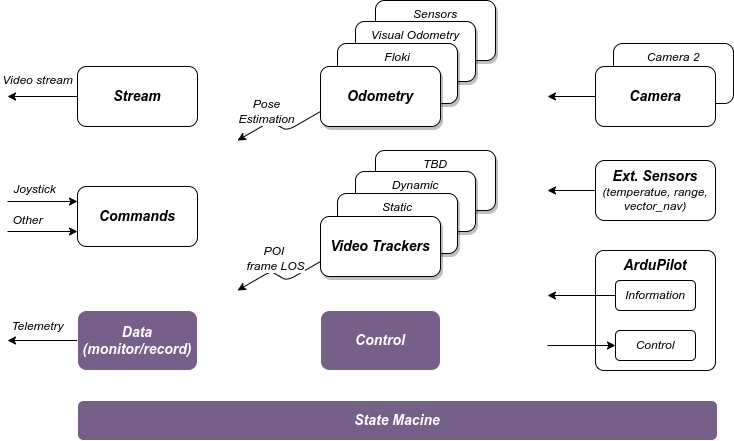
ori-kruk/desgin keeps this draw.io diagram as images/general_design.drawio.png. Above is the earlier version. Source tidied: cells renumbered, new cells last; positions are measured from the earlier drawing's top-left corner, leaving out a move shared by most shapes.
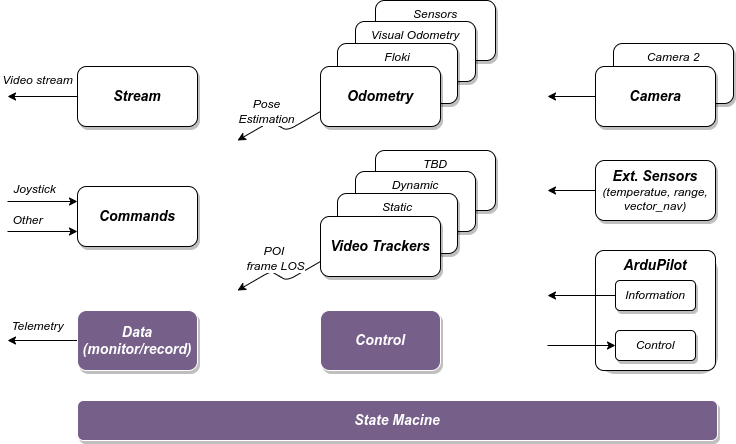
The same diagram one commit later.

Commit message:
update state and control

The edit, as a diff of the source:
```diff
@@ -2,7 +2,7 @@
   <root>
     <mxCell id="0" />
     <mxCell id="1" parent="0" />
-    <mxCell id="2" value="Camera 2" style="rounded=1;whiteSpace=wrap;html=1;fontStyle=2;fontSize=12;verticalAlign=top;" parent="1" vertex="1">
+    <mxCell id="2" value="Camera 2" style="rounded=1;whiteSpace=wrap;html=1;fontStyle=2;fontSize=12;verticalAlign=top;shadow=1;" parent="1" vertex="1">
       <mxGeometry x="606" y="43" width="120" height="60" as="geometry" />
     </mxCell>
     <mxCell id="3" style="edgeStyle=none;html=1;fontSize=14;fontStyle=2;" parent="1" edge="1" source="4">
@@ -10,25 +10,25 @@
         <mxPoint x="540" y="190" as="targetPoint" />
       </mxGeometry>
     </mxCell>
-    <mxCell id="4" value="&lt;b style=&quot;font-size: 14px;&quot;&gt;Ext. Sensors&lt;br&gt;&lt;/b&gt;(temperatue, range, vector_nav)" style="rounded=1;whiteSpace=wrap;html=1;fontStyle=2;" parent="1" vertex="1">
+    <mxCell id="4" value="&lt;b style=&quot;font-size: 14px;&quot;&gt;Ext. Sensors&lt;br&gt;&lt;/b&gt;(temperatue, range, vector_nav)" style="rounded=1;whiteSpace=wrap;html=1;fontStyle=2;shadow=1;" parent="1" vertex="1">
       <mxGeometry x="588" y="160" width="120" height="60" as="geometry" />
     </mxCell>
-    <mxCell id="5" style="group;fontStyle=2;" parent="1" vertex="1">
+    <mxCell id="5" style="group;fontStyle=2;shadow=1;verticalAlign=middle;fillColor=default;strokeColor=default;rounded=1;" parent="1" vertex="1">
       <mxGeometry x="588" y="250" width="120" height="120" as="geometry" />
     </mxCell>
     <mxCell id="6" value="&lt;b&gt;&lt;font style=&quot;font-size: 14px;&quot;&gt;ArduPilot&lt;/font&gt;&lt;/b&gt;" style="rounded=1;whiteSpace=wrap;html=1;arcSize=7;verticalAlign=top;align=center;fontStyle=2;" parent="5" vertex="1">
       <mxGeometry width="120" height="120" as="geometry" />
     </mxCell>
-    <mxCell id="7" value="Information" style="rounded=1;whiteSpace=wrap;html=1;fontStyle=2;" parent="5" vertex="1">
+    <mxCell id="7" value="Information" style="rounded=1;whiteSpace=wrap;html=1;fontStyle=2;shadow=1;" parent="5" vertex="1">
       <mxGeometry x="20" y="30" width="80" height="30" as="geometry" />
     </mxCell>
-    <mxCell id="8" value="Control" style="rounded=1;whiteSpace=wrap;html=1;fontStyle=2;" parent="5" vertex="1">
+    <mxCell id="8" value="Control" style="rounded=1;whiteSpace=wrap;html=1;fontStyle=2;shadow=1;" parent="5" vertex="1">
       <mxGeometry x="20" y="80" width="80" height="30" as="geometry" />
     </mxCell>
-    <mxCell id="9" value="Control" style="rounded=1;whiteSpace=wrap;html=1;fontStyle=3;fontSize=14;fillColor=#76608a;strokeColor=#FFFFFF;fontColor=#ffffff;" parent="1" vertex="1">
+    <mxCell id="9" value="Control" style="rounded=1;whiteSpace=wrap;html=1;fontStyle=3;fontSize=14;fillColor=#76608a;strokeColor=#FFFFFF;fontColor=#ffffff;shadow=1;" parent="1" vertex="1">
       <mxGeometry x="313" y="310" width="120" height="60" as="geometry" />
     </mxCell>
-    <mxCell id="10" value="State Macine" style="rounded=1;whiteSpace=wrap;html=1;fontStyle=3;fontSize=14;fillColor=#76608a;fontColor=#ffffff;strokeColor=#FFFFFF;" parent="1" vertex="1">
+    <mxCell id="10" value="State Macine" style="rounded=1;whiteSpace=wrap;html=1;fontStyle=3;fontSize=14;fillColor=#76608a;fontColor=#ffffff;strokeColor=#FFFFFF;shadow=1;" parent="1" vertex="1">
       <mxGeometry x="70" y="400" width="640" height="40" as="geometry" />
     </mxCell>
     <mxCell id="11" style="edgeStyle=none;html=1;fontSize=14;fontStyle=2;" parent="1" edge="1" source="12">
@@ -36,7 +36,7 @@
         <mxPoint x="540" y="96" as="targetPoint" />
       </mxGeometry>
     </mxCell>
-    <mxCell id="12" value="Camera" style="rounded=1;whiteSpace=wrap;html=1;fontStyle=3;fontSize=14;" parent="1" vertex="1">
+    <mxCell id="12" value="Camera" style="rounded=1;whiteSpace=wrap;html=1;fontStyle=3;fontSize=14;shadow=1;" parent="1" vertex="1">
       <mxGeometry x="588" y="66" width="120" height="60" as="geometry" />
     </mxCell>
     <mxCell id="13" value="Video stream" style="edgeStyle=none;html=1;strokeColor=default;fontSize=12;fontStyle=2;" parent="1" edge="1" source="14">
@@ -44,7 +44,7 @@
         <mxPoint y="96" as="targetPoint" />
       </mxGeometry>
     </mxCell>
-    <mxCell id="14" value="Stream" style="rounded=1;whiteSpace=wrap;html=1;fontStyle=3;fontSize=14;" parent="1" vertex="1">
+    <mxCell id="14" value="Stream" style="rounded=1;whiteSpace=wrap;html=1;fontStyle=3;fontSize=14;shadow=1;" parent="1" vertex="1">
       <mxGeometry x="70" y="66" width="120" height="60" as="geometry" />
     </mxCell>
     <mxCell id="15" value="Joystick" style="edgeStyle=none;html=1;strokeColor=default;fontSize=12;entryX=0;entryY=0.25;entryDx=0;entryDy=0;fontStyle=2;" parent="1" edge="1" target="16">
@@ -52,7 +52,7 @@
         <mxPoint y="201" as="sourcePoint" />
       </mxGeometry>
     </mxCell>
-    <mxCell id="16" value="Commands" style="rounded=1;whiteSpace=wrap;html=1;fontStyle=3;fontSize=14;" parent="1" vertex="1">
+    <mxCell id="16" value="Commands" style="rounded=1;whiteSpace=wrap;html=1;fontStyle=3;fontSize=14;shadow=1;" parent="1" vertex="1">
       <mxGeometry x="70" y="186" width="120" height="60" as="geometry" />
     </mxCell>
     <mxCell id="17" value="Telemetry" style="edgeStyle=none;html=1;strokeColor=default;fontSize=12;fontStyle=2;" parent="1" edge="1" source="18">
@@ -60,7 +60,7 @@
         <mxPoint y="340" as="targetPoint" />
       </mxGeometry>
     </mxCell>
-    <mxCell id="18" value="Data&lt;br&gt;(monitor/record)" style="rounded=1;whiteSpace=wrap;html=1;fontStyle=3;fontSize=14;fillColor=#76608a;fontColor=#ffffff;strokeColor=#FFFFFF;" parent="1" vertex="1">
+    <mxCell id="18" value="Data&lt;br&gt;(monitor/record)" style="rounded=1;whiteSpace=wrap;html=1;fontStyle=3;fontSize=14;fillColor=#76608a;fontColor=#ffffff;strokeColor=#FFFFFF;shadow=1;" parent="1" vertex="1">
       <mxGeometry x="70" y="310" width="120" height="60" as="geometry" />
     </mxCell>
     <mxCell id="19" style="edgeStyle=none;html=1;fontSize=14;fontStyle=2;" parent="1" edge="1" source="7">
```
